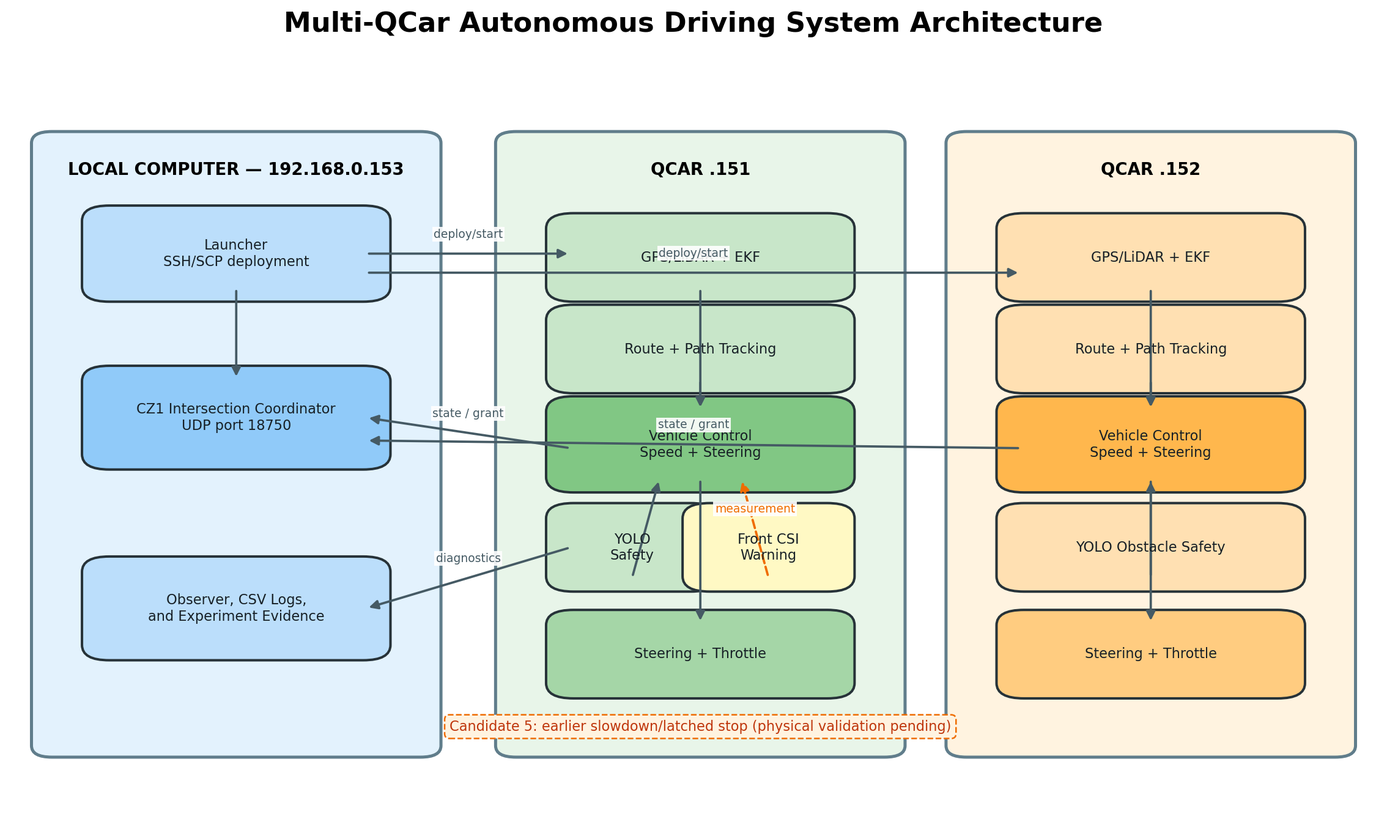
Fis-ayo/QCar keeps this Mermaid diagram as docs/system_architecture.png. Above is the earlier version. Its source is kept beside it as docs/system_architecture.mmd.
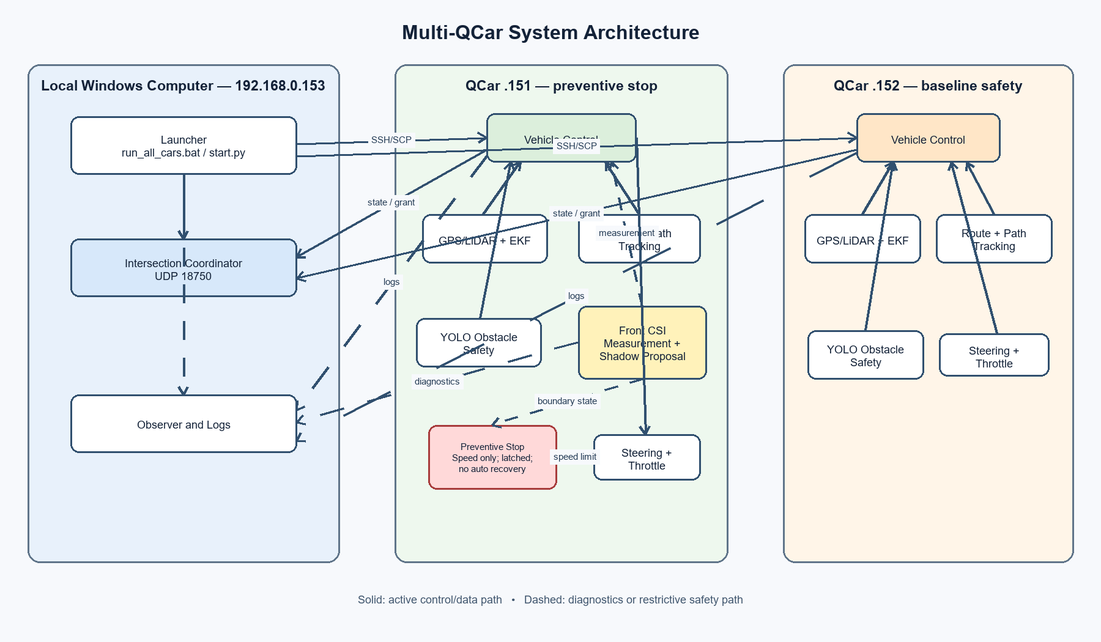
Later version of the same file.

The edit, as a diff of the source:
```diff
@@ -17,7 +17,7 @@
         LOC151 --> VC151
         PATH151 --> VC151
         YOLO151 --> VC151
-        CSI151 -. warning only .-> VC151
+        CSI151 -. measurement + zero-authority shadow proposal .-> VC151
         VC151 --> ACT151
     end
 
@@ -41,4 +41,6 @@
     VC151 -->|vehicle logs| OBS
     VC152 -->|vehicle logs| OBS
 
-    CSI151 -. Candidate 5: earlier bounded speed restriction .-> ACT151
+    STOP151[Preventive-stop policy\nspeed only; latched; no automatic recovery]
+    CSI151 -. calibrated boundary state .-> STOP151
+    STOP151 -. speed restriction .-> ACT151
```
